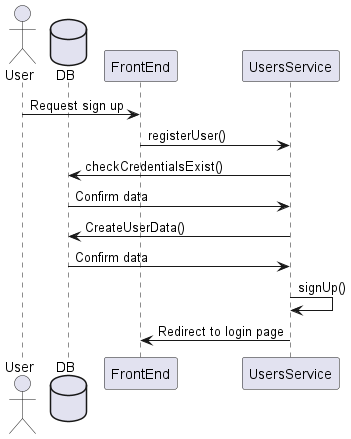
Earlier version of the PlantUML export images/Sign Up diagram.png (UO289930/wiq_en3a).
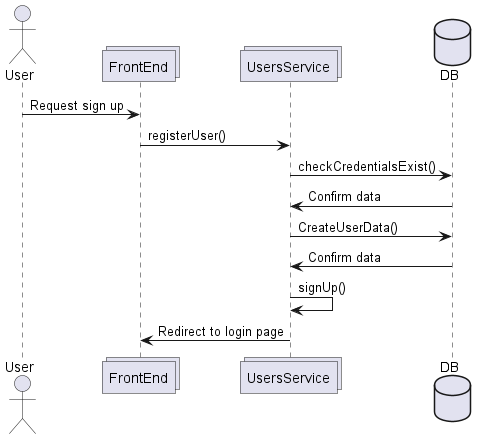
The same diagram one commit later.

Change to the diagram source:
```diff
@@ -1,6 +1,9 @@
 @startuml
 actor User
+collections FrontEnd
+collections UsersService
 database DB
+
 User -> FrontEnd: Request sign up
 FrontEnd -> UsersService: registerUser()
 UsersService -> DB: checkCredentialsExist()
```
